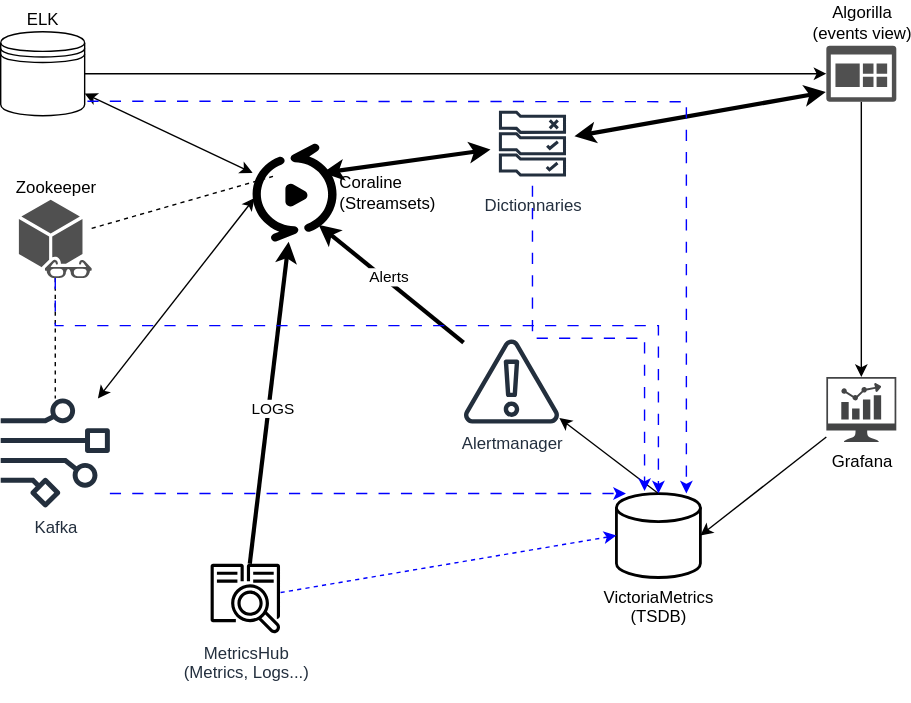
Earlier version of the draw.io export Monityr-x_infra.svg (raynaldcuillerier/monityrx_flow_grafana). Source tidied: cells renumbered, new cells last; positions are measured from the earlier drawing's top-left corner, leaving out a move shared by most shapes.
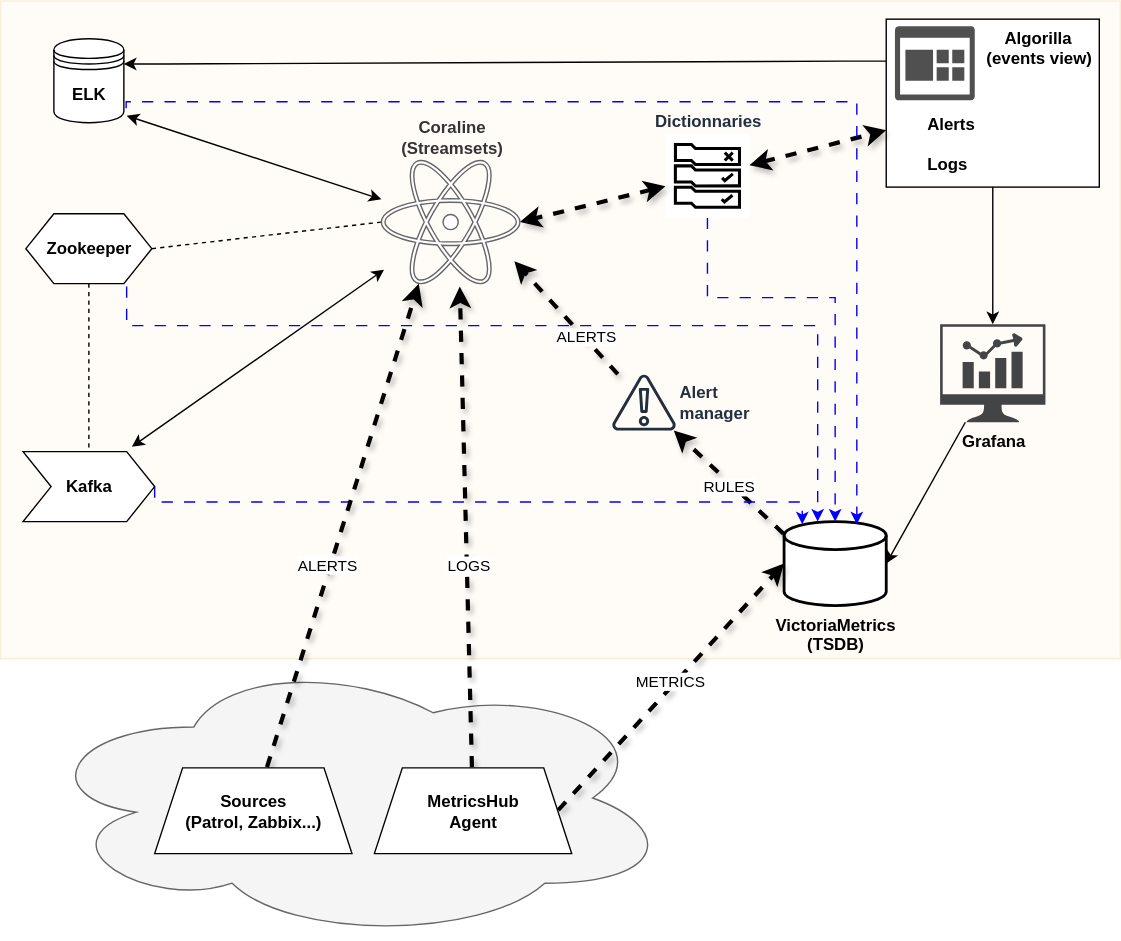
The same diagram one commit later.

Diff of the diagram source:
```diff
@@ -2,102 +2,149 @@
   <root>
     <mxCell id="0" />
     <mxCell id="1" parent="0" />
+    <mxCell id="31" style="rounded=0;whiteSpace=wrap;html=1;fillColor=#ffe6cc;strokeColor=#d79b00;opacity=15;" parent="1" vertex="1">
+      <mxGeometry x="-22" y="-78" width="800" height="470" as="geometry" />
+    </mxCell>
+    <mxCell id="32" style="ellipse;shape=cloud;whiteSpace=wrap;html=1;fillColor=#f5f5f5;fontColor=#333333;strokeColor=#666666;" parent="1" vertex="1">
+      <mxGeometry x="2" y="390" width="456" height="203" as="geometry" />
+    </mxCell>
+    <mxCell id="33" value="&lt;div style=&quot;text-align: justify;&quot;&gt;&lt;span style=&quot;text-wrap-mode: nowrap; background-color: transparent;&quot;&gt;&lt;font style=&quot;color: rgb(0, 0, 0);&quot;&gt;&amp;nbsp; &amp;nbsp; Algorilla&lt;/font&gt;&lt;/span&gt;&lt;/div&gt;&lt;div style=&quot;text-align: justify; text-wrap-mode: nowrap;&quot;&gt;&lt;font style=&quot;color: rgb(0, 0, 0);&quot;&gt;(events view)&amp;nbsp;&lt;/font&gt;&lt;/div&gt;" style="text;html=1;align=right;verticalAlign=top;whiteSpace=wrap;rounded=0;fillColor=#FFFFFF;strokeColor=default;fontStyle=1;glass=0;fontColor=#FFFFFF;" parent="1" vertex="1">
+      <mxGeometry x="610.8" y="-65" width="152.2" height="120" as="geometry" />
+    </mxCell>
-    <mxCell id="2" value="VictoriaMetrics&lt;div&gt;(TSDB)&lt;/div&gt;" style="strokeWidth=2;html=1;shape=mxgraph.flowchart.database;whiteSpace=wrap;labelPosition=center;verticalLabelPosition=bottom;align=center;verticalAlign=top;" parent="1" vertex="1">
-      <mxGeometry x="440" y="330" width="60" height="60" as="geometry" />
+    <mxCell id="2" value="VictoriaMetrics&lt;div&gt;(TSDB)&lt;/div&gt;" style="strokeWidth=2;html=1;shape=mxgraph.flowchart.database;whiteSpace=wrap;labelPosition=center;verticalLabelPosition=bottom;align=center;verticalAlign=top;fontStyle=1;" parent="1" vertex="1">
+      <mxGeometry x="537.8" y="294" width="73" height="60" as="geometry" />
     </mxCell>
-    <mxCell id="3" style="rounded=0;jettySize=auto;html=1;strokeWidth=3;" parent="1" edge="1" source="5" target="11">
-      <mxGeometry relative="1" as="geometry" />
-    </mxCell>
+    <mxCell id="34" style="rounded=0;jettySize=auto;html=1;strokeWidth=3;flowAnimation=1;shadow=1;entryX=0.566;entryY=1.023;entryDx=0;entryDy=0;entryPerimeter=0;" parent="1" edge="1" source="43" target="11">
+      <mxGeometry relative="1" as="geometry" />
+    </mxCell>
-    <mxCell id="4" value="LOGS" style="edgeLabel;html=1;align=center;verticalAlign=middle;" parent="3" vertex="1">
-      <mxGeometry x="-0.02" y="-2" relative="1" as="geometry" />
+    <mxCell id="4" value="LOGS" style="edgeLabel;html=1;align=center;verticalAlign=middle;" parent="34" vertex="1">
+      <mxGeometry x="-0.02" y="-2" relative="1" as="geometry">
+        <mxPoint x="-1" y="22" as="offset" />
+      </mxGeometry>
     </mxCell>
-    <mxCell id="5" value="MetricsHub&lt;div&gt;(Metrics, Logs...)&lt;div&gt;&lt;br&gt;&lt;/div&gt;&lt;/div&gt;" style="sketch=0;outlineConnect=0;fontColor=#232F3E;gradientColor=none;fillColor=#000000;strokeColor=none;dashed=0;verticalLabelPosition=bottom;verticalAlign=top;align=center;html=1;fontSize=12;fontStyle=0;shape=mxgraph.aws4.application_discovery_service_aws_agentless_collector;" parent="1" vertex="1">
-      <mxGeometry x="150" y="380" width="50" height="50" as="geometry" />
-    </mxCell>
-    <mxCell id="6" style="rounded=0;jettySize=auto;html=1;entryX=0;entryY=0.5;entryDx=0;entryDy=0;entryPerimeter=0;strokeColor=#0000FF;dashed=1;" parent="1" edge="1" source="5" target="2">
-      <mxGeometry relative="1" as="geometry" />
-    </mxCell>
+    <mxCell id="35" style="rounded=0;jettySize=auto;html=1;entryX=0;entryY=0.5;entryDx=0;entryDy=0;entryPerimeter=0;strokeColor=#000000;strokeWidth=3;flowAnimation=1;shadow=1;exitX=1;exitY=0.5;exitDx=0;exitDy=0;" parent="1" edge="1" source="43" target="2">
+      <mxGeometry relative="1" as="geometry" />
+    </mxCell>
+    <mxCell id="36" value="METRICS" style="edgeLabel;html=1;align=center;verticalAlign=middle;" parent="35" vertex="1">
+      <mxGeometry x="0.01" relative="1" as="geometry">
+        <mxPoint x="-2" y="-4" as="offset" />
+      </mxGeometry>
+    </mxCell>
-    <mxCell id="7" value="Grafana" style="sketch=0;shadow=0;dashed=0;html=1;strokeColor=none;fillColor=#434445;labelPosition=center;verticalLabelPosition=bottom;verticalAlign=top;align=center;outlineConnect=0;shape=mxgraph.vvd.nsx_dashboard;" parent="1" vertex="1">
-      <mxGeometry x="590" y="246.8" width="50" height="46.5" as="geometry" />
+    <mxCell id="7" value="Grafana" style="shadow=0;dashed=0;html=1;strokeColor=none;fillColor=#434445;labelPosition=center;verticalLabelPosition=bottom;verticalAlign=top;align=center;outlineConnect=0;shape=mxgraph.vvd.nsx_dashboard;fontStyle=1;" parent="1" vertex="1">
+      <mxGeometry x="649.2" y="153" width="75.3" height="70" as="geometry" />
     </mxCell>
-    <mxCell id="8" style="rounded=0;jettySize=auto;html=1;entryX=1;entryY=0.5;entryDx=0;entryDy=0;entryPerimeter=0;" parent="1" edge="1" source="7" target="2">
-      <mxGeometry relative="1" as="geometry" />
-    </mxCell>
-    <mxCell id="9" value="Kafka" style="sketch=0;outlineConnect=0;fontColor=#232F3E;gradientColor=none;fillColor=#232F3D;strokeColor=none;dashed=0;verticalLabelPosition=bottom;verticalAlign=top;align=center;html=1;fontSize=12;fontStyle=0;shape=mxgraph.aws4.data_stream;" parent="1" vertex="1">
-      <mxGeometry y="262" width="78" height="78" as="geometry" />
-    </mxCell>
-    <mxCell id="10" style="rounded=0;jettySize=auto;html=1;startArrow=classic;startFill=1;" parent="1" edge="1" source="11" target="12">
+    <mxCell id="10" style="rounded=0;jettySize=auto;html=1;startArrow=classic;startFill=1;entryX=1.04;entryY=0.917;entryDx=0;entryDy=0;entryPerimeter=0;" parent="1" edge="1" source="11" target="12">
       <mxGeometry relative="1" as="geometry" />
     </mxCell>
-    <mxCell id="11" value="Coraline&lt;div&gt;(Streamsets)&lt;/div&gt;" style="points=[];html=1;align=left;shadow=0;dashed=0;fillColor=#000000;strokeColor=none;shape=mxgraph.alibaba_cloud.mps_apsaravideo_media_processing;labelPosition=right;verticalLabelPosition=middle;verticalAlign=middle;" parent="1" vertex="1">
-      <mxGeometry x="180" y="80" width="60" height="70" as="geometry" />
-    </mxCell>
-    <mxCell id="12" value="ELK" style="shape=datastore;whiteSpace=wrap;html=1;labelPosition=center;verticalLabelPosition=top;align=center;verticalAlign=bottom;" parent="1" vertex="1">
-      <mxGeometry width="60" height="60" as="geometry" />
+    <mxCell id="12" value="ELK" style="shape=datastore;whiteSpace=wrap;html=1;labelPosition=center;verticalLabelPosition=middle;align=center;verticalAlign=middle;fontStyle=1;gradientColor=none;fillStyle=auto;fillColor=default;gradientDirection=south;" parent="1" vertex="1">
+      <mxGeometry x="16" y="-51" width="50" height="60" as="geometry" />
     </mxCell>
-    <mxCell id="13" style="rounded=0;jettySize=auto;html=1;exitX=0.5;exitY=1;exitDx=0;exitDy=0;exitPerimeter=0;" parent="1" edge="1" source="14" target="7">
+    <mxCell id="13" style="rounded=0;jettySize=auto;html=1;exitX=0.5;exitY=1;exitDx=0;exitDy=0;" parent="1" edge="1" source="33" target="7">
       <mxGeometry relative="1" as="geometry" />
     </mxCell>
-    <mxCell id="14" value="Algorilla&lt;div&gt;(events view)&lt;/div&gt;" style="sketch=0;shadow=0;dashed=0;html=1;strokeColor=none;labelPosition=center;verticalLabelPosition=top;verticalAlign=bottom;align=center;fillColor=#505050;shape=mxgraph.mscae.oms.dashboard;" parent="1" vertex="1">
-      <mxGeometry x="590" y="10" width="50" height="40" as="geometry" />
+    <mxCell id="14" style="shadow=0;dashed=0;html=1;strokeColor=none;labelPosition=center;verticalLabelPosition=bottom;verticalAlign=top;align=center;fillColor=#505050;shape=mxgraph.mscae.oms.dashboard;fontStyle=1;gradientColor=none;" parent="1" vertex="1">
+      <mxGeometry x="617" y="-60" width="57" height="53" as="geometry" />
     </mxCell>
-    <mxCell id="15" style="rounded=0;jettySize=auto;html=1;dashed=1;endArrow=none;endFill=0;" parent="1" edge="1" source="16" target="9">
+    <mxCell id="15" style="rounded=0;jettySize=auto;html=1;dashed=1;endArrow=none;endFill=0;exitX=0.5;exitY=1;exitDx=0;exitDy=0;entryX=0.5;entryY=0;entryDx=0;entryDy=0;" parent="1" edge="1" source="16" target="9">
       <mxGeometry relative="1" as="geometry" />
     </mxCell>
-    <mxCell id="16" value="Zookeeper" style="sketch=0;shadow=0;dashed=0;html=1;strokeColor=none;fillColor=#505050;labelPosition=center;verticalLabelPosition=top;verticalAlign=bottom;outlineConnect=0;align=center;shape=mxgraph.office.communications.watcher_node;" parent="1" vertex="1">
-      <mxGeometry x="13" y="120" width="52" height="56" as="geometry" />
-    </mxCell>
-    <mxCell id="17" value="Dictionnaries" style="sketch=0;outlineConnect=0;fontColor=#232F3E;gradientColor=none;strokeColor=#232F3E;fillColor=#ffffff;dashed=0;verticalLabelPosition=bottom;verticalAlign=top;align=center;html=1;fontSize=12;fontStyle=0;shape=mxgraph.aws4.resourceIcon;resIcon=mxgraph.aws4.rule_2;" parent="1" vertex="1">
-      <mxGeometry x="350" y="50" width="60" height="60" as="geometry" />
+    <mxCell id="17" value="Dictionnaries" style="outlineConnect=0;fontColor=#232F3E;gradientColor=none;strokeColor=none;fillColor=default;dashed=0;verticalLabelPosition=top;verticalAlign=bottom;align=center;html=1;fontSize=12;fontStyle=1;shape=mxgraph.aws4.resourceIcon;resIcon=mxgraph.aws4.rule_2;labelPosition=center;fillStyle=auto;" parent="1" vertex="1">
+      <mxGeometry x="453" y="17" width="60" height="60" as="geometry" />
     </mxCell>
-    <mxCell id="18" style="rounded=0;jettySize=auto;html=1;entryX=-0.008;entryY=0.827;entryDx=0;entryDy=0;entryPerimeter=0;startArrow=classic;startFill=1;strokeWidth=3;" parent="1" edge="1" source="17" target="14">
+    <mxCell id="18" style="rounded=0;jettySize=auto;html=1;startArrow=classic;startFill=1;strokeWidth=3;flowAnimation=1;shadow=1;" parent="1" edge="1" source="17" target="33">
       <mxGeometry relative="1" as="geometry" />
     </mxCell>
-    <mxCell id="19" style="rounded=0;jettySize=auto;html=1;startArrow=classic;startFill=1;entryX=0.834;entryY=0.297;entryDx=0;entryDy=0;entryPerimeter=0;strokeWidth=3;" parent="1" edge="1" source="17" target="11">
+    <mxCell id="19" style="rounded=0;jettySize=auto;html=1;startArrow=classic;startFill=1;entryX=1;entryY=0.5;entryDx=0;entryDy=0;entryPerimeter=0;strokeWidth=3;flowAnimation=1;shadow=1;" parent="1" edge="1" source="17" target="11">
       <mxGeometry relative="1" as="geometry" />
     </mxCell>
-    <mxCell id="20" style="rounded=0;jettySize=auto;html=1;entryX=0;entryY=0.5;entryDx=0;entryDy=0;entryPerimeter=0;" parent="1" edge="1" source="12" target="14">
-      <mxGeometry relative="1" as="geometry" />
-    </mxCell>
-    <mxCell id="21" style="rounded=0;jettySize=auto;html=1;entryX=0.024;entryY=0.554;entryDx=0;entryDy=0;entryPerimeter=0;startArrow=classic;startFill=1;" parent="1" edge="1" source="9" target="11">
+    <mxCell id="21" style="rounded=0;jettySize=auto;html=1;entryX=0.02;entryY=0.886;entryDx=0;entryDy=0;entryPerimeter=0;startArrow=classic;startFill=1;flowAnimation=0;exitX=0.827;exitY=-0.069;exitDx=0;exitDy=0;exitPerimeter=0;" parent="1" edge="1" source="9" target="11">
       <mxGeometry relative="1" as="geometry" />
     </mxCell>
-    <mxCell id="22" style="rounded=0;jettySize=auto;html=1;dashed=1;endArrow=none;endFill=0;entryX=0.243;entryY=0.334;entryDx=0;entryDy=0;entryPerimeter=0;" parent="1" edge="1" source="16" target="11">
+    <mxCell id="22" style="rounded=0;jettySize=auto;html=1;dashed=1;endArrow=none;endFill=0;entryX=0;entryY=0.5;entryDx=0;entryDy=0;entryPerimeter=0;exitX=1;exitY=0.5;exitDx=0;exitDy=0;" parent="1" edge="1" source="16" target="11">
       <mxGeometry relative="1" as="geometry" />
     </mxCell>
-    <mxCell id="23" value="Alertmanager" style="sketch=0;outlineConnect=0;fontColor=#232F3E;gradientColor=none;fillColor=#232F3D;strokeColor=none;dashed=0;verticalLabelPosition=bottom;verticalAlign=top;align=center;html=1;fontSize=12;fontStyle=0;shape=mxgraph.aws4.alert;labelPosition=center;" parent="1" vertex="1">
-      <mxGeometry x="330" y="220" width="70" height="60" as="geometry" />
-    </mxCell>
-    <mxCell id="24" style="rounded=0;jettySize=auto;html=1;startArrow=classic;startFill=1;endArrow=none;endFill=0;entryX=0.5;entryY=0;entryDx=0;entryDy=0;entryPerimeter=0;" parent="1" edge="1" source="23" target="2">
-      <mxGeometry relative="1" as="geometry" />
-    </mxCell>
+    <mxCell id="37" value="Alert&lt;div&gt;manager&lt;/div&gt;" style="outlineConnect=0;fontColor=#232F3E;gradientColor=none;fillColor=#232F3D;strokeColor=none;dashed=0;verticalLabelPosition=middle;verticalAlign=middle;align=left;html=1;fontSize=12;fontStyle=1;shape=mxgraph.aws4.alert;labelPosition=right;" parent="1" vertex="1">
+      <mxGeometry x="414.3" y="189" width="46.7" height="40" as="geometry" />
+    </mxCell>
+    <mxCell id="38" style="rounded=0;jettySize=auto;html=1;startArrow=none;startFill=0;endArrow=classic;endFill=1;strokeWidth=3;flowAnimation=1;shadow=1;exitX=0;exitY=0.15;exitDx=0;exitDy=0;exitPerimeter=0;" parent="1" edge="1" source="2" target="37">
+      <mxGeometry relative="1" as="geometry" />
+    </mxCell>
+    <mxCell id="39" value="RULES" style="edgeLabel;html=1;align=center;verticalAlign=middle;" parent="38" vertex="1">
+      <mxGeometry x="-0.05" y="4" relative="1" as="geometry">
+        <mxPoint y="-3" as="offset" />
+      </mxGeometry>
+    </mxCell>
-    <mxCell id="25" style="rounded=0;jettySize=auto;html=1;entryX=0.788;entryY=0.829;entryDx=0;entryDy=0;entryPerimeter=0;strokeWidth=3;" parent="1" edge="1" source="23" target="11">
+    <mxCell id="25" style="rounded=0;jettySize=auto;html=1;strokeWidth=3;flowAnimation=1;shadow=1;entryX=0.96;entryY=0.818;entryDx=0;entryDy=0;entryPerimeter=0;" parent="1" edge="1" source="37" target="11">
       <mxGeometry relative="1" as="geometry" />
     </mxCell>
-    <mxCell id="26" value="Alerts" style="edgeLabel;html=1;align=center;verticalAlign=middle;" parent="25" vertex="1">
-      <mxGeometry x="-0.26" y="-3" relative="1" as="geometry">
-        <mxPoint x="-18" y="-14" as="offset" />
-      </mxGeometry>
-    </mxCell>
+    <mxCell id="40" value="ALERTS" style="edgeLabel;html=1;align=center;verticalAlign=middle;" parent="25" vertex="1">
+      <mxGeometry x="-0.26" y="-3" relative="1" as="geometry">
+        <mxPoint x="1" y="4" as="offset" />
+      </mxGeometry>
+    </mxCell>
-    <mxCell id="27" style="rounded=0;jettySize=auto;html=1;entryX=0.113;entryY=0.002;entryDx=0;entryDy=0;entryPerimeter=0;edgeStyle=elbowEdgeStyle;elbow=vertical;dashed=1;dashPattern=8 8;strokeColor=#0000FF;" parent="1" edge="1" source="9" target="2">
-      <mxGeometry relative="1" as="geometry" />
+    <mxCell id="27" style="rounded=0;jettySize=auto;html=1;edgeStyle=elbowEdgeStyle;elbow=vertical;dashed=1;dashPattern=8 8;strokeColor=#0000FF;exitX=1;exitY=0.5;exitDx=0;exitDy=0;entryX=0.178;entryY=0.033;entryDx=0;entryDy=0;entryPerimeter=0;" parent="1" edge="1" source="9" target="2">
+      <mxGeometry relative="1" as="geometry">
+        <Array as="points">
+          <mxPoint x="368.1" y="280" />
+          <mxPoint x="280.1" y="297" />
+        </Array>
+      </mxGeometry>
     </mxCell>
-    <mxCell id="28" style="rounded=0;jettySize=auto;html=1;edgeStyle=elbowEdgeStyle;elbow=vertical;dashed=1;dashPattern=8 8;strokeColor=#0000FF;" parent="1" edge="1" source="16" target="2">
+    <mxCell id="28" style="rounded=0;jettySize=auto;html=1;edgeStyle=elbowEdgeStyle;elbow=vertical;dashed=1;dashPattern=8 8;strokeColor=#0000FF;entryX=0.329;entryY=0;entryDx=0;entryDy=0;entryPerimeter=0;exitX=0.8;exitY=1.04;exitDx=0;exitDy=0;exitPerimeter=0;" parent="1" edge="1" source="16" target="2">
       <mxGeometry relative="1" as="geometry">
         <Array as="points">
-          <mxPoint x="240" y="210" />
+          <mxPoint x="260" y="154" />
         </Array>
       </mxGeometry>
     </mxCell>
-    <mxCell id="29" style="rounded=0;jettySize=auto;html=1;entryX=0.833;entryY=0;entryDx=0;entryDy=0;entryPerimeter=0;edgeStyle=elbowEdgeStyle;elbow=vertical;dashed=1;dashPattern=8 8;exitX=1.033;exitY=0.827;exitDx=0;exitDy=0;exitPerimeter=0;strokeColor=#0000FF;" parent="1" edge="1" source="12" target="2">
+    <mxCell id="29" style="rounded=0;jettySize=auto;html=1;edgeStyle=elbowEdgeStyle;elbow=vertical;dashed=1;dashPattern=8 8;exitX=1.033;exitY=0.827;exitDx=0;exitDy=0;exitPerimeter=0;strokeColor=#0000FF;endArrow=classic;endFill=1;entryX=0.712;entryY=0.033;entryDx=0;entryDy=0;entryPerimeter=0;" parent="1" edge="1" source="12" target="2">
       <mxGeometry relative="1" as="geometry">
         <Array as="points">
-          <mxPoint x="270" y="50" />
+          <mxPoint x="280" y="-6" />
         </Array>
       </mxGeometry>
     </mxCell>
-    <mxCell id="30" style="rounded=0;jettySize=auto;html=1;entryX=0.335;entryY=-0.03;entryDx=0;entryDy=0;entryPerimeter=0;edgeStyle=elbowEdgeStyle;elbow=vertical;dashed=1;dashPattern=8 8;strokeColor=#0000FF;" parent="1" edge="1" source="17" target="2">
-      <mxGeometry relative="1" as="geometry" />
+    <mxCell id="30" style="rounded=0;jettySize=auto;html=1;edgeStyle=elbowEdgeStyle;elbow=vertical;dashed=1;dashPattern=8 8;strokeColor=#0000FF;entryX=0.5;entryY=0;entryDx=0;entryDy=0;entryPerimeter=0;" parent="1" edge="1" source="17" target="2">
+      <mxGeometry relative="1" as="geometry">
+        <Array as="points">
+          <mxPoint x="523" y="134" />
+        </Array>
+      </mxGeometry>
     </mxCell>
+    <mxCell id="41" style="rounded=0;jettySize=auto;html=1;startArrow=classic;startFill=1;endArrow=none;endFill=0;exitX=1;exitY=0.3;exitDx=0;exitDy=0;edgeStyle=entityRelationEdgeStyle;entryX=0;entryY=0.25;entryDx=0;entryDy=0;" parent="1" edge="1" source="12" target="33">
+      <mxGeometry relative="1" as="geometry" />
+    </mxCell>
+    <mxCell id="26" value="Alerts" style="rounded=0;whiteSpace=wrap;html=1;fillColor=#FFFFFF;strokeColor=none;opacity=0;align=left;fontStyle=1;fontColor=#000000;" parent="1" vertex="1">
+      <mxGeometry x="638" y="-5" width="100" height="30" as="geometry" />
+    </mxCell>
+    <mxCell id="42" value="Logs" style="rounded=0;whiteSpace=wrap;html=1;fillColor=#FFFFFF;strokeColor=none;opacity=0;align=left;fontStyle=1;fontColor=#000000;" parent="1" vertex="1">
+      <mxGeometry x="638" y="24" width="100" height="30" as="geometry" />
+    </mxCell>
+    <mxCell id="16" value="Zookeeper" style="shape=hexagon;perimeter=hexagonPerimeter2;whiteSpace=wrap;html=1;fixedSize=1;fontStyle=1;fillColor=default;" parent="1" vertex="1">
+      <mxGeometry x="-4" y="74" width="90" height="50" as="geometry" />
+    </mxCell>
+    <mxCell id="9" value="Kafka" style="shape=step;perimeter=stepPerimeter;whiteSpace=wrap;html=1;fixedSize=1;fontStyle=1;" parent="1" vertex="1">
+      <mxGeometry x="-6" y="244" width="94" height="50" as="geometry" />
+    </mxCell>
+    <mxCell id="43" value="MetricsHub&lt;div&gt;Agent&lt;/div&gt;" style="shape=trapezoid;perimeter=trapezoidPerimeter;whiteSpace=wrap;html=1;fixedSize=1;fontStyle=1;" parent="1" vertex="1">
+      <mxGeometry x="245" y="470" width="141" height="61.2" as="geometry" />
+    </mxCell>
+    <mxCell id="11" value="Coraline&lt;div&gt;(Streamsets)&lt;/div&gt;" style="shape=mxgraph.signs.science.nuclear_1;html=1;fillColor=#FFFFFF;strokeColor=#666666;verticalLabelPosition=top;verticalAlign=bottom;align=center;sketch=0;labelPosition=center;fontStyle=1;fontColor=#333333;gradientColor=none;" parent="1" vertex="1">
+      <mxGeometry x="250" y="36" width="99" height="88" as="geometry" />
+    </mxCell>
+    <mxCell id="8" style="rounded=0;jettySize=auto;html=1;entryX=1;entryY=0.5;entryDx=0;entryDy=0;entryPerimeter=0;" parent="1" edge="1" source="7" target="2">
+      <mxGeometry relative="1" as="geometry" />
+    </mxCell>
+    <mxCell id="44" style="rounded=0;jettySize=auto;html=1;entryX=0.27;entryY=1;entryDx=0;entryDy=0;entryPerimeter=0;flowAnimation=1;strokeWidth=3;shadow=1;" parent="1" edge="1" source="46" target="11">
+      <mxGeometry relative="1" as="geometry" />
+    </mxCell>
+    <mxCell id="45" value="ALERTS" style="edgeLabel;html=1;align=center;verticalAlign=middle;" parent="44" vertex="1">
+      <mxGeometry x="0.03" y="-2" relative="1" as="geometry">
+        <mxPoint x="-16" y="32" as="offset" />
+      </mxGeometry>
+    </mxCell>
+    <mxCell id="46" value="&lt;div&gt;Sources&lt;/div&gt;&lt;div&gt;(Patrol, Zabbix...)&lt;/div&gt;" style="shape=trapezoid;perimeter=trapezoidPerimeter;whiteSpace=wrap;html=1;fixedSize=1;fontStyle=1;" parent="1" vertex="1">
+      <mxGeometry x="88" y="470" width="141" height="61.2" as="geometry" />
+    </mxCell>
   </root>
 </mxGraphModel>
```
